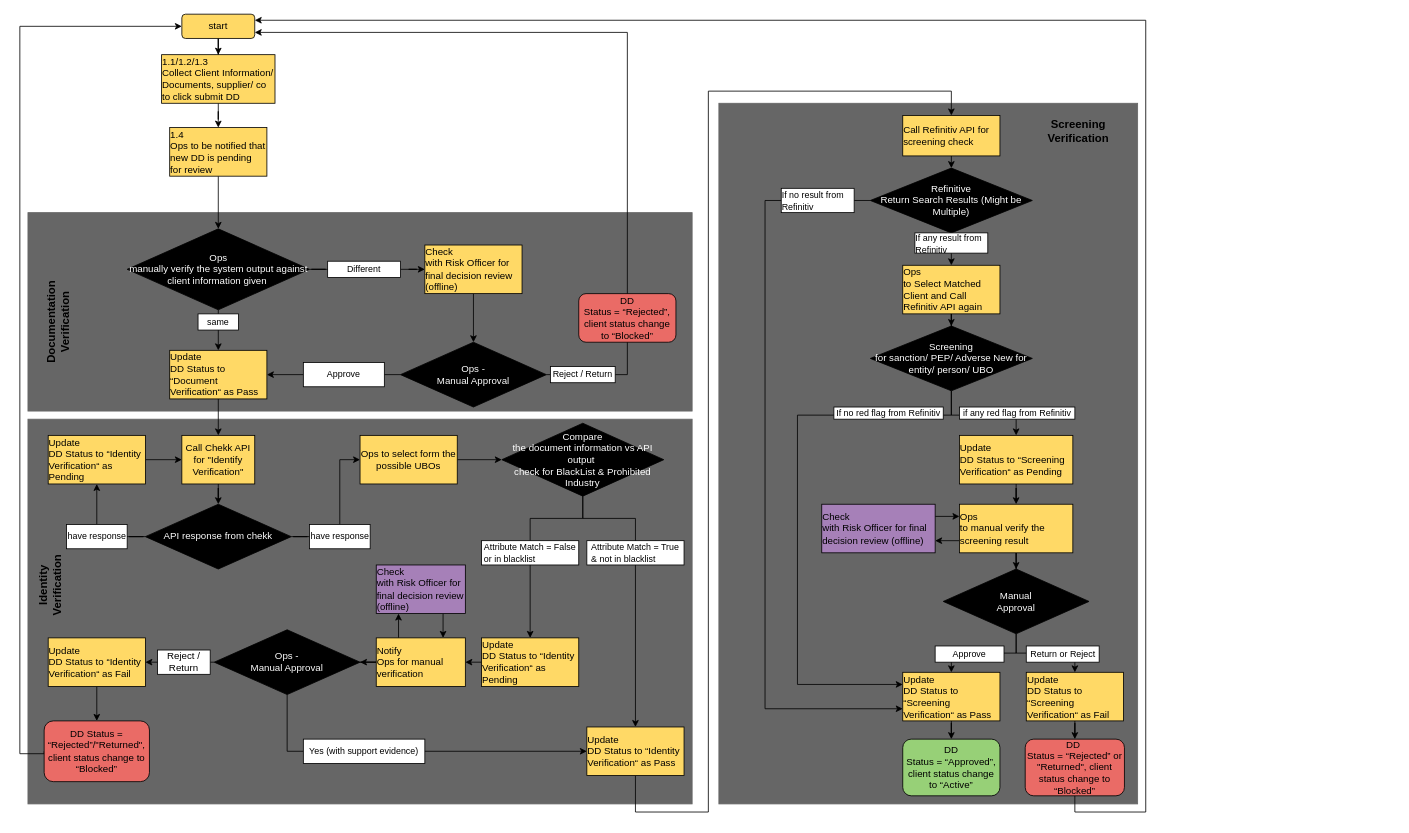
Earlier version of the draw.io diagram page "Page-1" (1 of 2) of dd structure.drawio (SeanXLChen/gitskills). Source tidied: cells renumbered, new cells numbered last; positions are measured from the earlier drawing's top-left corner, leaving out a move shared by most shapes. Both pictures are drawn from the tidied source at 81%, with x=0, y=0 at pixel (3, 14).
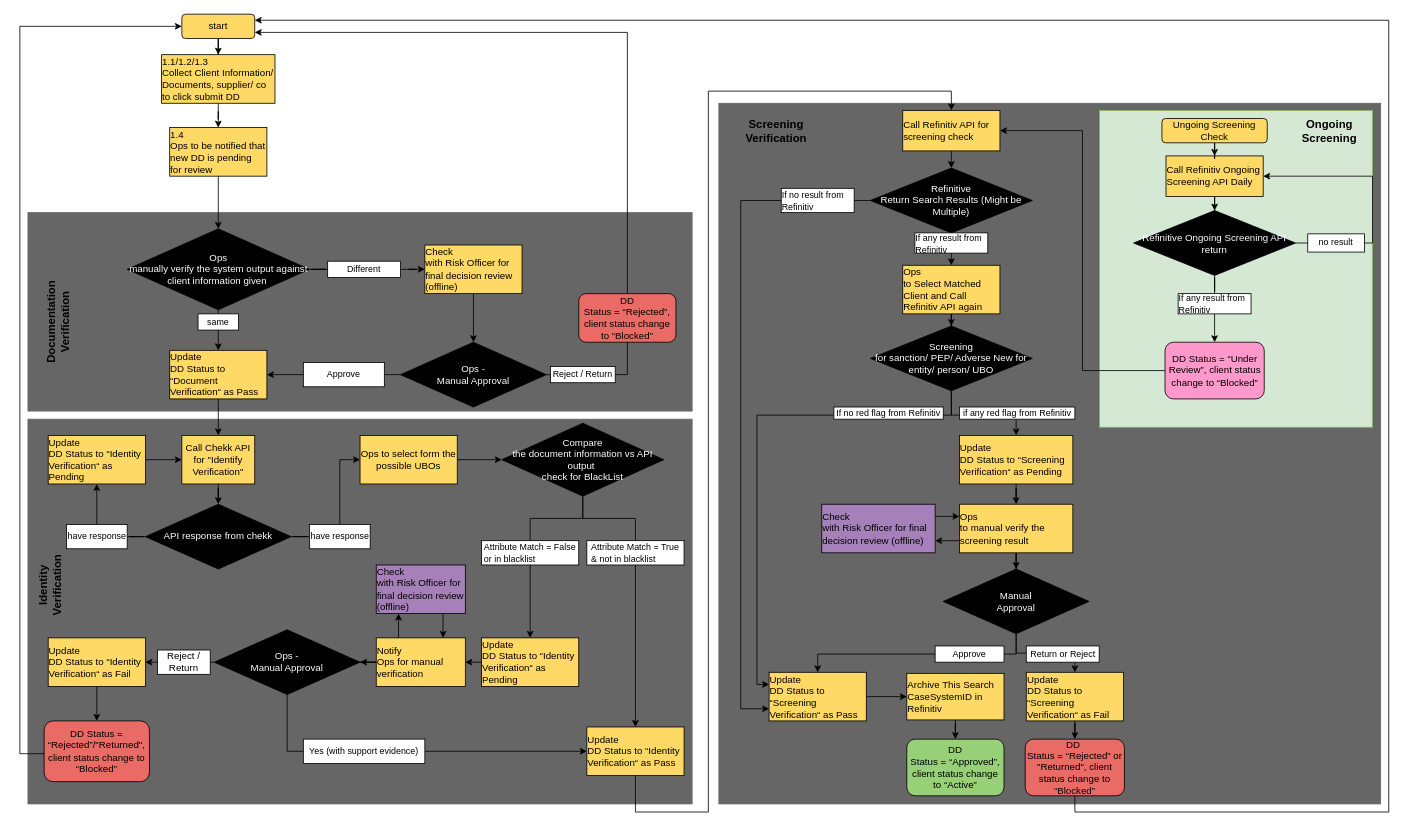
After the change.

The change refers to these unchanged cells:
```xml
<mxCell id="6" value="start" style="rounded=1;whiteSpace=wrap;html=1;fillColor=#FFD966;" parent="1" vertex="1">
  <mxGeometry x="220" width="90" height="30" as="geometry" />
</mxCell>
<mxCell id="50" value="&lt;p style=&quot;margin-top: 0pt ; margin-bottom: 0pt ; margin-left: 0in ; direction: ltr ; unicode-bidi: embed ; word-break: normal&quot;&gt;&lt;span style=&quot;font-family: &amp;#34;arial&amp;#34; ; color: white&quot;&gt;&lt;font style=&quot;font-size: 12px&quot;&gt;Refinitive&lt;br&gt;Return Search Results (Might be Multiple)&lt;/font&gt;&lt;/span&gt;&lt;/p&gt;" style="rhombus;whiteSpace=wrap;html=1;strokeColor=#000000;fillColor=#000000;" parent="1" vertex="1">
  <mxGeometry x="1070" y="190" width="200" height="80" as="geometry" />
</mxCell>
<mxCell id="56" value="&lt;p style=&quot;margin-top: 0pt ; margin-bottom: 0pt ; margin-left: 0in ; direction: ltr ; unicode-bidi: embed ; word-break: normal&quot;&gt;&lt;span style=&quot;font-family: &amp;#34;arial&amp;#34; ; color: white&quot;&gt;&lt;font style=&quot;font-size: 12px&quot;&gt;Screening&lt;br&gt;for sanction/ PEP/ Adverse New for entity/ person/ UBO&lt;/font&gt;&lt;/span&gt;&lt;/p&gt;" style="rhombus;whiteSpace=wrap;html=1;strokeColor=#000000;fillColor=#000000;" parent="1" vertex="1">
  <mxGeometry x="1070" y="385" width="200" height="80" as="geometry" />
</mxCell>
<mxCell id="67" value="&lt;p style=&quot;margin-top: 0pt ; margin-bottom: 0pt ; margin-left: 0in ; direction: ltr ; unicode-bidi: embed ; word-break: normal&quot;&gt;&lt;span style=&quot;font-family: &amp;#34;arial&amp;#34;&quot;&gt;&lt;font style=&quot;font-size: 12px&quot;&gt;DD&amp;nbsp;&lt;/font&gt;&lt;/span&gt;&lt;/p&gt;&lt;p style=&quot;margin-top: 0pt ; margin-bottom: 0pt ; margin-left: 0in ; direction: ltr ; unicode-bidi: embed ; word-break: normal&quot;&gt;&lt;span style=&quot;font-family: &amp;#34;arial&amp;#34;&quot;&gt;&lt;font style=&quot;font-size: 12px&quot;&gt;Status = “Rejected” or &quot;Returned&quot;, client status change to “Blocked”&lt;/font&gt;&lt;/span&gt;&lt;/p&gt;" style="rounded=1;whiteSpace=wrap;html=1;strokeColor=#000000;fillColor=#EA6B66;" parent="1" vertex="1">
  <mxGeometry x="1261.2" y="895" width="122.5" height="70" as="geometry" />
</mxCell>
<mxCell id="71" value="&lt;p style=&quot;margin-top: 0pt ; margin-bottom: 0pt ; margin-left: 0in ; direction: ltr ; unicode-bidi: embed ; word-break: normal&quot;&gt;&lt;span style=&quot;color: white ; font-family: &amp;#34;arial&amp;#34;&quot;&gt;&lt;font style=&quot;font-size: 12px&quot;&gt;Manual&lt;br&gt;Approval&lt;/font&gt;&lt;/span&gt;&lt;br&gt;&lt;/p&gt;" style="rhombus;whiteSpace=wrap;html=1;strokeColor=#000000;fillColor=#000000;" parent="1" vertex="1">
  <mxGeometry x="1160" y="685" width="180" height="80" as="geometry" />
</mxCell>
```

Diff of the diagram source:
```diff
@@
     <mxCell id="2" style="rounded=0;whiteSpace=wrap;html=1;strokeColor=#666666;fillColor=#666666;fontColor=#333333;" parent="1" vertex="1">
-      <mxGeometry x="883" y="110" width="517" height="865" as="geometry" />
+      <mxGeometry x="883" y="110" width="817" height="865" as="geometry" />
     </mxCell>
+    <mxCell id="102" style="rounded=0;whiteSpace=wrap;html=1;strokeColor=#82b366;fillColor=#d5e8d4;" parent="1" vertex="1">
+      <mxGeometry x="1353" y="119" width="337" height="391" as="geometry" />
+    </mxCell>
@@
-    <mxCell id="27" value="&lt;p style=&quot;margin-top: 0pt ; margin-bottom: 0pt ; margin-left: 0in ; direction: ltr ; unicode-bidi: embed ; word-break: normal&quot;&gt;&lt;span style=&quot;font-family: &amp;#34;arial&amp;#34; ; color: white&quot;&gt;&lt;font style=&quot;font-size: 12px&quot;&gt;Compare&lt;br&gt;the document information vs API output&amp;nbsp;&lt;/font&gt;&lt;/span&gt;&lt;/p&gt;&lt;span style=&quot;color: rgb(255 , 255 , 255) ; font-family: &amp;#34;arial&amp;#34;&quot;&gt;check for BlackList &amp;amp; Prohibited Industry&lt;/span&gt;" style="rhombus;whiteSpace=wrap;html=1;strokeColor=#000000;fillColor=#000000;" parent="1" vertex="1">
+    <mxCell id="27" value="&lt;p style=&quot;margin-top: 0pt ; margin-bottom: 0pt ; margin-left: 0in ; direction: ltr ; unicode-bidi: embed ; word-break: normal&quot;&gt;&lt;span style=&quot;font-family: &amp;#34;arial&amp;#34; ; color: white&quot;&gt;&lt;font style=&quot;font-size: 12px&quot;&gt;Compare&lt;br&gt;the document information vs API output&amp;nbsp;&lt;/font&gt;&lt;/span&gt;&lt;/p&gt;&lt;span style=&quot;color: rgb(255 , 255 , 255) ; font-family: &amp;#34;arial&amp;#34;&quot;&gt;check for BlackList&lt;/span&gt;" style="rhombus;whiteSpace=wrap;html=1;strokeColor=#000000;fillColor=#000000;" parent="1" vertex="1">
       <mxGeometry x="615" y="505" width="200" height="90" as="geometry" />
     </mxCell>
@@
     <mxCell id="47" value="&lt;p style=&quot;margin-top: 0pt ; margin-bottom: 0pt ; margin-left: 0in ; text-align: left ; direction: ltr ; unicode-bidi: embed ; word-break: normal&quot;&gt;&lt;font face=&quot;arial&quot;&gt;Call Refinitiv API for screening check&lt;/font&gt;&lt;/p&gt;" style="rounded=0;whiteSpace=wrap;html=1;strokeColor=#000000;fillColor=#FFD966;" parent="1" vertex="1">
-      <mxGeometry x="1110" y="125" width="120" height="50" as="geometry" />
+      <mxGeometry x="1110" y="118.8" width="120" height="50" as="geometry" />
     </mxCell>
@@
     <mxCell id="49" style="edgeStyle=orthogonalEdgeStyle;rounded=0;jettySize=auto;html=1;entryX=0;entryY=0.75;entryDx=0;entryDy=0;" parent="1" edge="1" source="50" target="77">
       <mxGeometry relative="1" as="geometry">
         <Array as="points">
-          <mxPoint x="940" y="230" />
-          <mxPoint x="940" y="858" />
+          <mxPoint x="910" y="230" />
+          <mxPoint x="910" y="858" />
         </Array>
       </mxGeometry>
     </mxCell>
@@
     <mxCell id="54" style="edgeStyle=orthogonalEdgeStyle;rounded=0;jettySize=auto;html=1;entryX=0;entryY=0.25;entryDx=0;entryDy=0;exitX=0.5;exitY=1;exitDx=0;exitDy=0;" parent="1" edge="1" source="56" target="77">
       <mxGeometry relative="1" as="geometry">
         <Array as="points">
           <mxPoint x="1170" y="495" />
-          <mxPoint x="980" y="495" />
-          <mxPoint x="980" y="828" />
+          <mxPoint x="930" y="495" />
+          <mxPoint x="930" y="828" />
         </Array>
       </mxGeometry>
     </mxCell>
@@
     <mxCell id="66" style="edgeStyle=orthogonalEdgeStyle;rounded=0;jettySize=auto;html=1;entryX=1;entryY=0.25;entryDx=0;entryDy=0;exitX=0.5;exitY=1;exitDx=0;exitDy=0;" parent="1" edge="1" source="67" target="6">
       <mxGeometry relative="1" as="geometry">
         <Array as="points">
           <mxPoint x="1323" y="985" />
-          <mxPoint x="1410" y="985" />
-          <mxPoint x="1410" y="8" />
+          <mxPoint x="1710" y="985" />
+          <mxPoint x="1710" y="8" />
         </Array>
       </mxGeometry>
     </mxCell>
@@
     <mxCell id="68" value="&lt;p style=&quot;margin-top: 0pt ; margin-bottom: 0pt ; margin-left: 0in ; direction: ltr ; unicode-bidi: embed ; word-break: normal&quot;&gt;&lt;span style=&quot;font-family: &amp;#34;arial&amp;#34;&quot;&gt;&lt;font style=&quot;font-size: 12px&quot;&gt;DD&lt;br&gt;Status = “Approved”, client status change to “Active”&lt;/font&gt;&lt;/span&gt;&lt;/p&gt;" style="rounded=1;whiteSpace=wrap;html=1;strokeColor=#000000;fillColor=#97D077;" parent="1" vertex="1">
-      <mxGeometry x="1110" y="895" width="120" height="70" as="geometry" />
+      <mxGeometry x="1115" y="895" width="120" height="70" as="geometry" />
     </mxCell>
     <mxCell id="69" style="edgeStyle=orthogonalEdgeStyle;rounded=0;jettySize=auto;html=1;entryX=0.5;entryY=0;entryDx=0;entryDy=0;" parent="1" edge="1" source="71" target="77">
-      <mxGeometry relative="1" as="geometry" />
+      <mxGeometry relative="1" as="geometry">
+        <Array as="points">
+          <mxPoint x="1250" y="790" />
+          <mxPoint x="1005" y="790" />
+        </Array>
+      </mxGeometry>
     </mxCell>
@@
-    <mxCell id="76" style="edgeStyle=orthogonalEdgeStyle;rounded=0;jettySize=auto;html=1;entryX=0.5;entryY=0;entryDx=0;entryDy=0;" parent="1" edge="1" source="77" target="68">
-      <mxGeometry relative="1" as="geometry" />
-    </mxCell>
+    <mxCell id="103" style="edgeStyle=orthogonalEdgeStyle;rounded=0;jettySize=auto;html=1;entryX=0;entryY=0.5;entryDx=0;entryDy=0;" parent="1" edge="1" source="77" target="105">
+      <mxGeometry relative="1" as="geometry" />
+    </mxCell>
     <mxCell id="77" value="&lt;p style=&quot;margin-top: 0pt ; margin-bottom: 0pt ; margin-left: 0in ; text-align: left ; direction: ltr ; unicode-bidi: embed ; word-break: normal&quot;&gt;&lt;span style=&quot;font-family: &amp;#34;arial&amp;#34;&quot;&gt;&lt;font style=&quot;font-size: 12px&quot;&gt;Update&lt;br&gt;DD Status to “Screening Verification“ as Pass&lt;/font&gt;&lt;/span&gt;&lt;/p&gt;" style="rounded=0;whiteSpace=wrap;html=1;strokeColor=#000000;fillColor=#FFD966;" parent="1" vertex="1">
-      <mxGeometry x="1110" y="812.5" width="120" height="60" as="geometry" />
+      <mxGeometry x="945" y="812.5" width="120" height="60" as="geometry" />
     </mxCell>
@@
     <mxCell id="99" value="&lt;b&gt;&lt;font style=&quot;font-size: 14px&quot;&gt;Screening Verification&lt;br&gt;&lt;/font&gt;&lt;/b&gt;" style="text;html=1;strokeColor=none;fillColor=none;align=center;verticalAlign=middle;whiteSpace=wrap;rounded=0;rotation=0;direction=south;" parent="1" vertex="1">
-      <mxGeometry x="1262.5" y="112.5" width="127.5" height="62.5" as="geometry" />
+      <mxGeometry x="890" y="112.5" width="127.5" height="62.5" as="geometry" />
     </mxCell>
@@
+    <mxCell id="104" style="edgeStyle=orthogonalEdgeStyle;rounded=0;jettySize=auto;html=1;entryX=0.5;entryY=0;entryDx=0;entryDy=0;" parent="1" edge="1" source="105" target="68">
+      <mxGeometry relative="1" as="geometry" />
+    </mxCell>
+    <mxCell id="105" value="&lt;p style=&quot;margin-top: 0pt ; margin-bottom: 0pt ; margin-left: 0in ; text-align: left ; direction: ltr ; unicode-bidi: embed ; word-break: normal&quot;&gt;&lt;font face=&quot;arial&quot;&gt;Archive This Search CaseSystemID in Refinitiv&lt;/font&gt;&lt;/p&gt;" style="rounded=0;whiteSpace=wrap;html=1;strokeColor=#000000;fillColor=#FFD966;" parent="1" vertex="1">
+      <mxGeometry x="1115" y="813.8" width="120" height="57.5" as="geometry" />
+    </mxCell>
+    <mxCell id="106" style="edgeStyle=orthogonalEdgeStyle;rounded=0;jettySize=auto;html=1;entryX=0.5;entryY=0;entryDx=0;entryDy=0;" parent="1" edge="1" source="107" target="110">
+      <mxGeometry relative="1" as="geometry" />
+    </mxCell>
+    <mxCell id="107" value="&lt;p style=&quot;margin-top: 0pt ; margin-bottom: 0pt ; margin-left: 0in ; text-align: left ; direction: ltr ; unicode-bidi: embed ; word-break: normal&quot;&gt;&lt;span style=&quot;text-align: center&quot;&gt;Call Refinitiv Ongoing Screening API Daily&lt;/span&gt;&lt;br&gt;&lt;/p&gt;" style="rounded=0;whiteSpace=wrap;html=1;strokeColor=#000000;fillColor=#FFD966;" parent="1" vertex="1">
+      <mxGeometry x="1435" y="175" width="120" height="50" as="geometry" />
+    </mxCell>
+    <mxCell id="108" style="edgeStyle=orthogonalEdgeStyle;rounded=0;jettySize=auto;html=1;exitX=1;exitY=0.5;exitDx=0;exitDy=0;" parent="1" edge="1" source="110">
+      <mxGeometry relative="1" as="geometry">
+        <mxPoint x="1555" y="200" as="targetPoint" />
+        <Array as="points">
+          <mxPoint x="1690" y="283" />
+          <mxPoint x="1690" y="200" />
+        </Array>
+      </mxGeometry>
+    </mxCell>
+    <mxCell id="109" style="edgeStyle=orthogonalEdgeStyle;rounded=0;jettySize=auto;html=1;entryX=0.5;entryY=0;entryDx=0;entryDy=0;startArrow=none;" parent="1" edge="1" source="116" target="115">
+      <mxGeometry relative="1" as="geometry" />
+    </mxCell>
+    <mxCell id="110" value="&lt;p style=&quot;margin-top: 0pt ; margin-bottom: 0pt ; margin-left: 0in ; direction: ltr ; unicode-bidi: embed ; word-break: normal&quot;&gt;&lt;font color=&quot;#ffffff&quot; face=&quot;arial&quot;&gt;Refinitive Ongoing Screening API return&lt;/font&gt;&lt;/p&gt;" style="rhombus;whiteSpace=wrap;html=1;strokeColor=#000000;fillColor=#000000;" parent="1" vertex="1">
+      <mxGeometry x="1395" y="242.5" width="200" height="80" as="geometry" />
+    </mxCell>
+    <mxCell id="111" value="&lt;p style=&quot;margin-top: 0pt ; margin-bottom: 0pt ; margin-left: 0in ; text-align: left ; direction: ltr ; unicode-bidi: embed ; word-break: normal&quot;&gt;&lt;font face=&quot;arial&quot;&gt;&lt;span style=&quot;font-size: 11px&quot;&gt;no result&lt;/span&gt;&lt;/font&gt;&lt;/p&gt;" style="rounded=0;whiteSpace=wrap;html=1;strokeColor=#000000;fillColor=#FFFFFF;" parent="1" vertex="1">
+      <mxGeometry x="1610" y="271.2" width="70" height="22.5" as="geometry" />
+    </mxCell>
+    <mxCell id="112" style="edgeStyle=orthogonalEdgeStyle;rounded=0;jettySize=auto;html=1;entryX=0.5;entryY=0;entryDx=0;entryDy=0;" parent="1" edge="1" source="113" target="107">
+      <mxGeometry relative="1" as="geometry" />
+    </mxCell>
+    <mxCell id="113" value="Ungoing Screening Check" style="rounded=1;whiteSpace=wrap;html=1;fillColor=#FFD966;" parent="1" vertex="1">
+      <mxGeometry x="1430" y="128.8" width="130" height="30" as="geometry" />
+    </mxCell>
+    <mxCell id="114" style="edgeStyle=orthogonalEdgeStyle;rounded=0;jettySize=auto;html=1;entryX=1;entryY=0.5;entryDx=0;entryDy=0;" parent="1" edge="1" source="115" target="47">
+      <mxGeometry relative="1" as="geometry" />
+    </mxCell>
+    <mxCell id="115" value="&lt;p style=&quot;margin-top: 0pt ; margin-bottom: 0pt ; margin-left: 0in ; direction: ltr ; unicode-bidi: embed ; word-break: normal&quot;&gt;&lt;span style=&quot;font-family: &amp;#34;arial&amp;#34;&quot;&gt;&lt;font style=&quot;font-size: 12px&quot;&gt;DD&amp;nbsp;&lt;/font&gt;&lt;/span&gt;&lt;span style=&quot;font-family: &amp;#34;arial&amp;#34;&quot;&gt;Status = “Under Review”, client status change to “Blocked”&lt;/span&gt;&lt;/p&gt;" style="rounded=1;whiteSpace=wrap;html=1;strokeColor=#000000;fillColor=#FF99CC;" parent="1" vertex="1">
+      <mxGeometry x="1433.8" y="405" width="122.5" height="70" as="geometry" />
+    </mxCell>
+    <mxCell id="116" value="&lt;p style=&quot;margin-top: 0pt ; margin-bottom: 0pt ; margin-left: 0in ; text-align: left ; direction: ltr ; unicode-bidi: embed ; word-break: normal&quot;&gt;&lt;span style=&quot;font-family: &amp;#34;arial&amp;#34;&quot;&gt;&lt;font style=&quot;font-size: 11px&quot;&gt;If any result from Refinitiv&lt;/font&gt;&lt;/span&gt;&lt;/p&gt;" style="rounded=0;whiteSpace=wrap;html=1;strokeColor=#000000;fillColor=#FFFFFF;" parent="1" vertex="1">
+      <mxGeometry x="1450" y="345" width="90" height="25" as="geometry" />
+    </mxCell>
+    <mxCell id="117" style="edgeStyle=orthogonalEdgeStyle;rounded=0;jettySize=auto;html=1;entryX=0.5;entryY=0;entryDx=0;entryDy=0;endArrow=none;" parent="1" edge="1" source="110" target="116">
+      <mxGeometry relative="1" as="geometry" />
+    </mxCell>
+    <mxCell id="118" value="&lt;b&gt;&lt;font style=&quot;font-size: 14px&quot;&gt;Ongoing Screening&lt;br&gt;&lt;/font&gt;&lt;/b&gt;" style="text;html=1;strokeColor=none;fillColor=none;align=center;verticalAlign=middle;whiteSpace=wrap;rounded=0;rotation=0;direction=south;" parent="1" vertex="1">
+      <mxGeometry x="1572.5" y="112.5" width="127.5" height="62.5" as="geometry" />
+    </mxCell>
```
